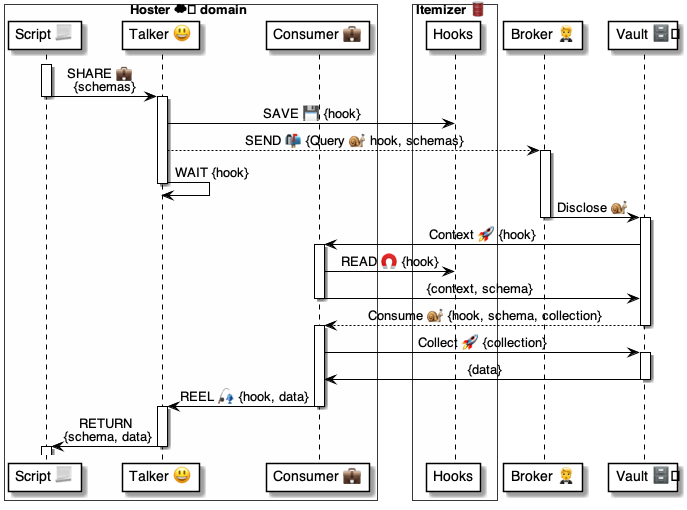
Before: 4 ⚙️ Solution/37 Scripts 📃/📃 Commands ⌘/⌘ for methods 🤵/SHARE 💼/💼 SHARE ⚙️ uml.png, a diagram exported from PlantUML (pollyweb-org/pollyweb-docs). Its source is kept beside it as 4 ⚙️ Solution/37 Scripts 📃/📃 Commands ⌘/⌘ for methods 🤵/SHARE 💼/💼 SHARE ⚙️ uml.puml. Its diagram source:
```plantuml
@startuml SHARE

box Hoster ☁️ domain #FFFFFA
    participant "Script 📃" as script
    participant "Talker 😃" as talker
    participant "Consumer 💼" as consumer
end box

box Itemizer 🛢  #FFFFFA
    participant "Hooks" as hooks
end box

participant "Broker 🤵" as broker
participant "Vault 🗄️" as vault

activate script
    script -> talker: SHARE 💼 \n {schemas}
deactivate script

activate talker
    talker -> hooks: SAVE 💾 {hook}
    talker --> broker: SEND 📬 {Query 🐌 hook, schemas}
    activate broker
    talker -> talker: WAIT {hook}
deactivate talker

    broker -> vault: Disclose 🐌
deactivate broker

activate vault

    vault -> consumer: Context 🚀 {hook}

    activate consumer
        consumer -> hooks: READ 🧲 {hook}
        consumer -> vault: {context, schema}
    deactivate consumer

    vault --> consumer: Consume 🐌 {hook, schema, collection}
deactivate vault

activate consumer
    consumer -> vault: Collect 🚀 {collection}

    activate vault
        vault -> consumer: {data}
    deactivate vault

    consumer -> talker: REEL 🎣 {hook, data}
deactivate consumer

activate talker
    talker -> script: RETURN \n{schema, data}
deactivate talker

activate script
deactivate script

@enduml
```
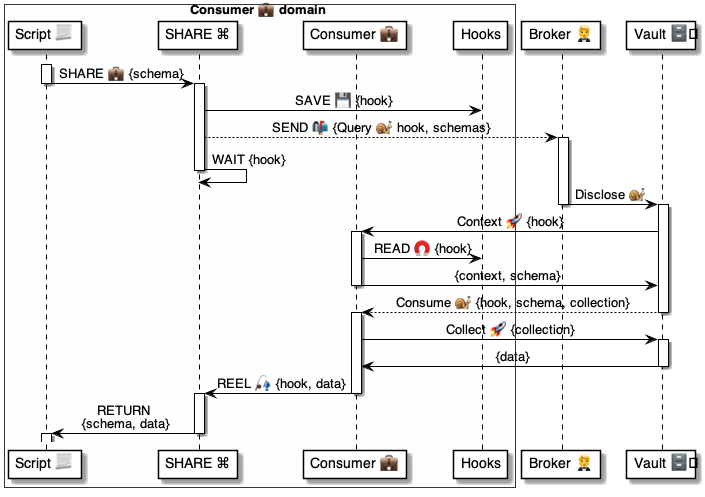
The same diagram one commit later.

The edit, as a diff of the source:
```diff
@@ -1,12 +1,9 @@
 @startuml SHARE
 
-box Hoster ☁️ domain #FFFFFA
+box Consumer 💼 domain #FFFFFA
     participant "Script 📃" as script
-    participant "Talker 😃" as talker
+    participant "SHARE ⌘" as talker
     participant "Consumer 💼" as consumer
-end box
-
-box Itemizer 🛢  #FFFFFA
     participant "Hooks" as hooks
 end box
 
@@ -14,7 +11,7 @@
 participant "Vault 🗄️" as vault
 
 activate script
-    script -> talker: SHARE 💼 \n {schemas}
+    script -> talker: SHARE 💼 {schema}
 deactivate script
 
 activate talker
```
